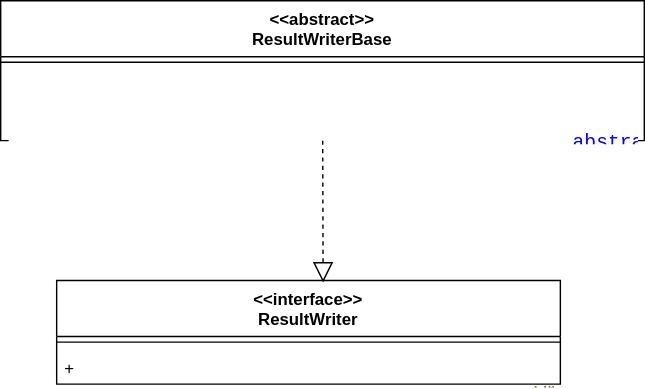
Earlier version of the draw.io export docs/assets/img/thecnical_extends_model.drawio.svg (kazumatu981/yomiyasu). Source tidied: cells renumbered, new cells last; positions are measured from the earlier drawing's top-left corner, leaving out a move shared by most shapes.
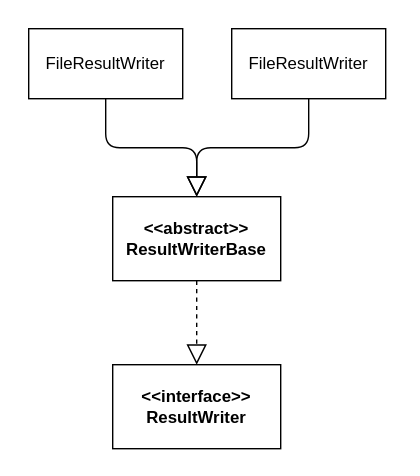
Above is the later version.

Commit message:
画像をアップデート

Change to the diagram source:
```diff
@@ -1,27 +1,31 @@
 <mxGraphModel>
   <root>
     <mxCell id="0" />
+    <mxCell id="9" value="背景" parent="0" />
+    <mxCell id="10" style="rounded=1;whiteSpace=wrap;html=1;arcSize=3;strokeColor=none;" parent="9" vertex="1">
+      <mxGeometry x="-50" y="-240" width="300" height="340" as="geometry" />
+    </mxCell>
-    <mxCell id="1" parent="0" />
+    <mxCell id="1" value="図形" parent="0" />
+    <mxCell id="11" style="edgeStyle=elbowEdgeStyle;html=1;endArrow=block;endFill=0;endSize=12;elbow=vertical;" parent="1" edge="1" source="12" target="5">
+      <mxGeometry relative="1" as="geometry" />
+    </mxCell>
+    <mxCell id="12" value="FileResultWriter" style="html=1;whiteSpace=wrap;" parent="1" vertex="1">
+      <mxGeometry x="-30" y="-220" width="110" height="50" as="geometry" />
+    </mxCell>
+    <mxCell id="13" style="edgeStyle=elbowEdgeStyle;html=1;endArrow=block;endFill=0;endSize=12;elbow=vertical;" parent="1" edge="1" source="14" target="5">
+      <mxGeometry relative="1" as="geometry" />
+    </mxCell>
+    <mxCell id="14" value="FileResultWriter" style="html=1;whiteSpace=wrap;" parent="1" vertex="1">
+      <mxGeometry x="115" y="-220" width="110" height="50" as="geometry" />
+    </mxCell>
+    <mxCell id="8" style="edgeStyle=none;html=1;endArrow=block;endFill=0;endSize=12;dashed=1;" parent="1" edge="1" source="5" target="2">
+      <mxGeometry relative="1" as="geometry" />
+    </mxCell>
+    <mxCell id="5" value="&lt;span style=&quot;color: rgb(0, 0, 0); font-weight: 700;&quot;&gt;&amp;lt;&amp;lt;abstract&amp;gt;&amp;gt;&lt;/span&gt;&lt;div style=&quot;font-weight: 700;&quot;&gt;ResultWriterBase&lt;/div&gt;" style="rounded=0;whiteSpace=wrap;html=1;" parent="1" vertex="1">
+      <mxGeometry x="30" y="-100" width="120" height="60" as="geometry" />
+    </mxCell>
-    <mxCell id="2" value="&amp;lt;&amp;lt;interface&amp;gt;&amp;gt;&lt;div&gt;ResultWriter&lt;/div&gt;" style="swimlane;fontStyle=1;align=center;verticalAlign=top;horizontal=1;startSize=40;whiteSpace=wrap;html=1;" parent="1" vertex="1">
-      <mxGeometry x="40" y="200" width="360" height="74" as="geometry" />
+    <mxCell id="2" value="&lt;span style=&quot;color: rgb(0, 0, 0); font-weight: 700;&quot;&gt;&amp;lt;&amp;lt;interface&amp;gt;&amp;gt;&lt;/span&gt;&lt;div style=&quot;font-weight: 700;&quot;&gt;ResultWriter&lt;/div&gt;" style="rounded=0;whiteSpace=wrap;html=1;" parent="1" vertex="1">
+      <mxGeometry x="30" y="20" width="120" height="60" as="geometry" />
     </mxCell>
-    <mxCell id="3" style="line;strokeWidth=1;fillColor=none;align=left;verticalAlign=middle;spacingTop=-1;spacingLeft=3;spacingRight=3;labelPosition=right;strokeColor=inherit;" parent="2" vertex="1">
-      <mxGeometry y="40" width="360" height="8" as="geometry" />
-    </mxCell>
-    <mxCell id="4" value="+&amp;nbsp;&lt;span style=&quot;font-family: &amp;quot;HackGen Console NF&amp;quot;, Consolas, &amp;quot;Courier New&amp;quot;, monospace, Consolas, &amp;quot;Courier New&amp;quot;, monospace; font-size: 14px; white-space: pre; color: rgb(121, 94, 38);&quot;&gt;writeResult&lt;/span&gt;&lt;span style=&quot;color: rgb(0, 0, 0); font-family: &amp;quot;HackGen Console NF&amp;quot;, Consolas, &amp;quot;Courier New&amp;quot;, monospace, Consolas, &amp;quot;Courier New&amp;quot;, monospace; font-size: 14px; white-space: pre;&quot;&gt;(&lt;/span&gt;&lt;span style=&quot;font-family: &amp;quot;HackGen Console NF&amp;quot;, Consolas, &amp;quot;Courier New&amp;quot;, monospace, Consolas, &amp;quot;Courier New&amp;quot;, monospace; font-size: 14px; white-space: pre; color: rgb(0, 16, 128);&quot;&gt;result&lt;/span&gt;&lt;span style=&quot;color: rgb(0, 0, 0); font-family: &amp;quot;HackGen Console NF&amp;quot;, Consolas, &amp;quot;Courier New&amp;quot;, monospace, Consolas, &amp;quot;Courier New&amp;quot;, monospace; font-size: 14px; white-space: pre;&quot;&gt;: &lt;/span&gt;&lt;span style=&quot;font-family: &amp;quot;HackGen Console NF&amp;quot;, Consolas, &amp;quot;Courier New&amp;quot;, monospace, Consolas, &amp;quot;Courier New&amp;quot;, monospace; font-size: 14px; white-space: pre; color: rgb(38, 127, 153);&quot;&gt;Result&lt;/span&gt;&lt;span style=&quot;color: rgb(0, 0, 0); font-family: &amp;quot;HackGen Console NF&amp;quot;, Consolas, &amp;quot;Courier New&amp;quot;, monospace, Consolas, &amp;quot;Courier New&amp;quot;, monospace; font-size: 14px; white-space: pre;&quot;&gt;): &lt;/span&gt;&lt;span style=&quot;font-family: &amp;quot;HackGen Console NF&amp;quot;, Consolas, &amp;quot;Courier New&amp;quot;, monospace, Consolas, &amp;quot;Courier New&amp;quot;, monospace; font-size: 14px; white-space: pre; color: rgb(38, 127, 153);&quot;&gt;Promise&lt;/span&gt;&lt;span style=&quot;color: rgb(0, 0, 0); font-family: &amp;quot;HackGen Console NF&amp;quot;, Consolas, &amp;quot;Courier New&amp;quot;, monospace, Consolas, &amp;quot;Courier New&amp;quot;, monospace; font-size: 14px; white-space: pre;&quot;&gt;&amp;lt;&lt;/span&gt;&lt;span style=&quot;font-family: &amp;quot;HackGen Console NF&amp;quot;, Consolas, &amp;quot;Courier New&amp;quot;, monospace, Consolas, &amp;quot;Courier New&amp;quot;, monospace; font-size: 14px; white-space: pre; color: rgb(38, 127, 153);&quot;&gt;void&lt;/span&gt;&lt;span style=&quot;color: rgb(0, 0, 0); font-family: &amp;quot;HackGen Console NF&amp;quot;, Consolas, &amp;quot;Courier New&amp;quot;, monospace, Consolas, &amp;quot;Courier New&amp;quot;, monospace; font-size: 14px; white-space: pre;&quot;&gt;&amp;gt;&lt;/span&gt;" style="text;strokeColor=none;fillColor=none;align=left;verticalAlign=top;spacingLeft=4;spacingRight=4;overflow=hidden;whiteSpace=wrap;html=1;" parent="2" vertex="1">
-      <mxGeometry y="48" width="360" height="26" as="geometry" />
-    </mxCell>
-    <mxCell id="5" value="&amp;lt;&amp;lt;abstract&amp;gt;&amp;gt;&lt;div&gt;ResultWriterBase&lt;/div&gt;" style="swimlane;fontStyle=1;align=center;verticalAlign=top;horizontal=1;startSize=40;whiteSpace=wrap;html=1;" parent="1" vertex="1">
-      <mxGeometry width="460" height="100" as="geometry" />
-    </mxCell>
-    <mxCell id="6" style="line;strokeWidth=1;fillColor=none;align=left;verticalAlign=middle;spacingTop=-1;spacingLeft=3;spacingRight=3;labelPosition=right;strokeColor=inherit;" parent="5" vertex="1">
-      <mxGeometry y="40" width="460" height="8" as="geometry" />
-    </mxCell>
-    <mxCell id="7" value="&lt;div&gt;&lt;div style=&quot;color: rgb(0, 0, 0); background-color: rgb(255, 255, 255); font-family: &amp;quot;HackGen Console NF&amp;quot;, Consolas, &amp;quot;Courier New&amp;quot;, monospace, Consolas, &amp;quot;Courier New&amp;quot;, monospace; font-size: 14px; line-height: 19px; white-space: pre;&quot;&gt;&lt;span style=&quot;color: #0000ff;&quot;&gt;abstract&lt;/span&gt;&lt;span style=&quot;color: #000000;&quot;&gt; &lt;/span&gt;&lt;span style=&quot;color: #0000ff;&quot;&gt;protected&lt;/span&gt;&lt;span style=&quot;color: #000000;&quot;&gt; &lt;/span&gt;&lt;span style=&quot;color: #795e26;&quot;&gt;writeLine&lt;/span&gt;&lt;span style=&quot;color: #000000;&quot;&gt;(&lt;/span&gt;&lt;span style=&quot;color: #001080;&quot;&gt;line&lt;/span&gt;&lt;span style=&quot;color: #000000;&quot;&gt;: &lt;/span&gt;&lt;span style=&quot;color: #267f99;&quot;&gt;string&lt;/span&gt;&lt;span style=&quot;color: #000000;&quot;&gt;): &lt;/span&gt;&lt;span style=&quot;color: #267f99;&quot;&gt;Promise&lt;/span&gt;&lt;span style=&quot;color: #000000;&quot;&gt;&amp;lt;&lt;/span&gt;&lt;span style=&quot;color: #267f99;&quot;&gt;void&lt;/span&gt;&lt;span style=&quot;color: #000000;&quot;&gt;&amp;gt;;&lt;/span&gt;&lt;/div&gt;&lt;/div&gt;+&amp;nbsp;&lt;span style=&quot;font-family: &amp;quot;HackGen Console NF&amp;quot;, Consolas, &amp;quot;Courier New&amp;quot;, monospace, Consolas, &amp;quot;Courier New&amp;quot;, monospace; font-size: 14px; white-space: pre; color: rgb(121, 94, 38);&quot;&gt;writeResult&lt;/span&gt;&lt;span style=&quot;color: rgb(0, 0, 0); font-family: &amp;quot;HackGen Console NF&amp;quot;, Consolas, &amp;quot;Courier New&amp;quot;, monospace, Consolas, &amp;quot;Courier New&amp;quot;, monospace; font-size: 14px; white-space: pre;&quot;&gt;(&lt;/span&gt;&lt;span style=&quot;font-family: &amp;quot;HackGen Console NF&amp;quot;, Consolas, &amp;quot;Courier New&amp;quot;, monospace, Consolas, &amp;quot;Courier New&amp;quot;, monospace; font-size: 14px; white-space: pre; color: rgb(0, 16, 128);&quot;&gt;result&lt;/span&gt;&lt;span style=&quot;color: rgb(0, 0, 0); font-family: &amp;quot;HackGen Console NF&amp;quot;, Consolas, &amp;quot;Courier New&amp;quot;, monospace, Consolas, &amp;quot;Courier New&amp;quot;, monospace; font-size: 14px; white-space: pre;&quot;&gt;: &lt;/span&gt;&lt;span style=&quot;font-family: &amp;quot;HackGen Console NF&amp;quot;, Consolas, &amp;quot;Courier New&amp;quot;, monospace, Consolas, &amp;quot;Courier New&amp;quot;, monospace; font-size: 14px; white-space: pre; color: rgb(38, 127, 153);&quot;&gt;Result&lt;/span&gt;&lt;span style=&quot;color: rgb(0, 0, 0); font-family: &amp;quot;HackGen Console NF&amp;quot;, Consolas, &amp;quot;Courier New&amp;quot;, monospace, Consolas, &amp;quot;Courier New&amp;quot;, monospace; font-size: 14px; white-space: pre;&quot;&gt;): &lt;/span&gt;&lt;span style=&quot;font-family: &amp;quot;HackGen Console NF&amp;quot;, Consolas, &amp;quot;Courier New&amp;quot;, monospace, Consolas, &amp;quot;Courier New&amp;quot;, monospace; font-size: 14px; white-space: pre; color: rgb(38, 127, 153);&quot;&gt;Promise&lt;/span&gt;&lt;span style=&quot;color: rgb(0, 0, 0); font-family: &amp;quot;HackGen Console NF&amp;quot;, Consolas, &amp;quot;Courier New&amp;quot;, monospace, Consolas, &amp;quot;Courier New&amp;quot;, monospace; font-size: 14px; white-space: pre;&quot;&gt;&amp;lt;&lt;/span&gt;&lt;span style=&quot;font-family: &amp;quot;HackGen Console NF&amp;quot;, Consolas, &amp;quot;Courier New&amp;quot;, monospace, Consolas, &amp;quot;Courier New&amp;quot;, monospace; font-size: 14px; white-space: pre; color: rgb(38, 127, 153);&quot;&gt;void&lt;/span&gt;&lt;span style=&quot;color: rgb(0, 0, 0); font-family: &amp;quot;HackGen Console NF&amp;quot;, Consolas, &amp;quot;Courier New&amp;quot;, monospace, Consolas, &amp;quot;Courier New&amp;quot;, monospace; font-size: 14px; white-space: pre;&quot;&gt;&amp;gt;&lt;/span&gt;" style="text;strokeColor=none;fillColor=none;align=left;verticalAlign=top;spacingLeft=4;spacingRight=4;overflow=hidden;whiteSpace=wrap;html=1;" parent="5" vertex="1">
-      <mxGeometry y="48" width="460" height="52" as="geometry" />
-    </mxCell>
-    <mxCell id="8" style="endArrow=block;dashed=1;endFill=0;endSize=12;html=1;entryX=0.529;entryY=0.018;entryDx=0;entryDy=0;entryPerimeter=0;" parent="1" edge="1" source="5" target="2">
-      <mxGeometry relative="1" as="geometry" />
-    </mxCell>
   </root>
 </mxGraphModel>
```
